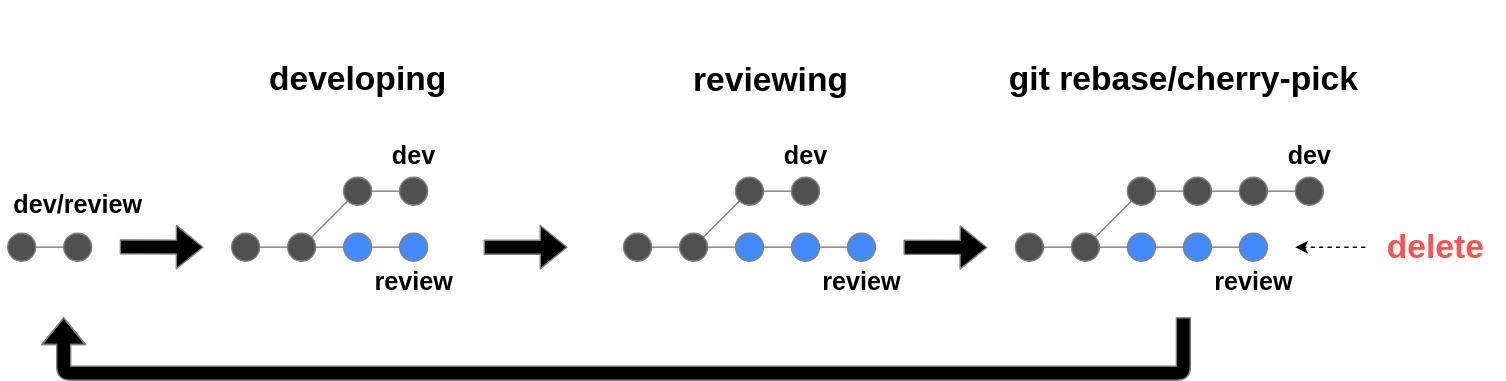
Before: image/main/use_review.drawio.svg, a diagram exported from draw.io (hsl536/practice_of_git). Source tidied: cells renumbered, new cells last; positions are measured from the earlier drawing's top-left corner, leaving out a move shared by most shapes.
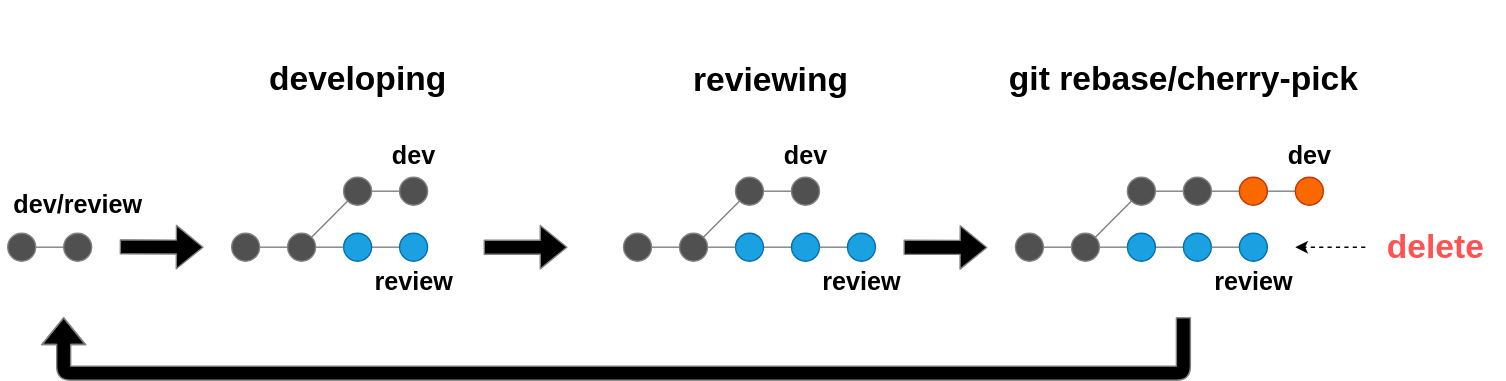
After the change.

The edit, as a diff of the source:
```diff
@@ -35,10 +35,10 @@
     <mxCell id="9" style="edgeStyle=none;html=1;strokeColor=#808080;rounded=0;endArrow=none;endFill=0;" parent="1" edge="1" source="10" target="11">
       <mxGeometry relative="1" as="geometry" />
     </mxCell>
-    <mxCell id="10" style="ellipse;whiteSpace=wrap;html=1;fillColor=#448aff;strokeColor=#808080;" parent="1" vertex="1">
+    <mxCell id="10" style="ellipse;whiteSpace=wrap;html=1;fillColor=#1ba1e2;strokeColor=#006EAF;fontColor=#ffffff;" parent="1" vertex="1">
       <mxGeometry x="805" y="140" width="20" height="20" as="geometry" />
     </mxCell>
-    <mxCell id="11" style="ellipse;whiteSpace=wrap;html=1;fillColor=#448aff;strokeColor=#808080;" parent="1" vertex="1">
+    <mxCell id="11" style="ellipse;whiteSpace=wrap;html=1;fillColor=#1ba1e2;strokeColor=#006EAF;fontColor=#ffffff;" parent="1" vertex="1">
       <mxGeometry x="845" y="140" width="20" height="20" as="geometry" />
     </mxCell>
     <mxCell id="12" style="edgeStyle=none;html=1;strokeColor=#808080;rounded=0;endArrow=none;endFill=0;" parent="1" edge="1" source="13" target="16">
@@ -84,10 +84,10 @@
     <mxCell id="23" style="edgeStyle=none;html=1;strokeColor=#808080;rounded=0;endArrow=none;endFill=0;" parent="1" edge="1" source="24" target="25">
       <mxGeometry relative="1" as="geometry" />
     </mxCell>
-    <mxCell id="24" style="ellipse;whiteSpace=wrap;html=1;fillColor=#448aff;strokeColor=#808080;" parent="1" vertex="1">
+    <mxCell id="24" style="ellipse;whiteSpace=wrap;html=1;fillColor=#1ba1e2;strokeColor=#006EAF;fontColor=#ffffff;" parent="1" vertex="1">
       <mxGeometry x="245" y="140" width="20" height="20" as="geometry" />
     </mxCell>
-    <mxCell id="25" style="ellipse;whiteSpace=wrap;html=1;fillColor=#448aff;strokeColor=#808080;" parent="1" vertex="1">
+    <mxCell id="25" style="ellipse;whiteSpace=wrap;html=1;fillColor=#1ba1e2;strokeColor=#006EAF;fontColor=#ffffff;" parent="1" vertex="1">
       <mxGeometry x="285" y="140" width="20" height="20" as="geometry" />
     </mxCell>
     <mxCell id="26" style="edgeStyle=none;html=1;strokeColor=#808080;rounded=0;endArrow=none;endFill=0;" parent="1" edge="1" source="27" target="30">
@@ -129,10 +129,10 @@
     <mxCell id="37" style="edgeStyle=none;html=1;strokeColor=#808080;rounded=0;endArrow=none;endFill=0;" parent="1" edge="1" source="38" target="39">
       <mxGeometry relative="1" as="geometry" />
     </mxCell>
-    <mxCell id="38" style="ellipse;whiteSpace=wrap;html=1;fillColor=#505050;strokeColor=#808080;" parent="1" vertex="1">
+    <mxCell id="38" style="ellipse;whiteSpace=wrap;html=1;fillColor=#fa6800;strokeColor=#C73500;fontColor=#000000;" parent="1" vertex="1">
       <mxGeometry x="885" y="100" width="20" height="20" as="geometry" />
     </mxCell>
-    <mxCell id="39" style="ellipse;whiteSpace=wrap;html=1;fillColor=#505050;strokeColor=#808080;" parent="1" vertex="1">
+    <mxCell id="39" style="ellipse;whiteSpace=wrap;html=1;fillColor=#fa6800;strokeColor=#C73500;fontColor=#000000;" parent="1" vertex="1">
       <mxGeometry x="925" y="100" width="20" height="20" as="geometry" />
     </mxCell>
     <mxCell id="40" style="edgeStyle=none;html=1;strokeColor=#808080;rounded=0;endArrow=none;endFill=0;" parent="1" edge="1" target="41">
@@ -140,16 +140,16 @@
         <mxPoint x="865" y="150" as="sourcePoint" />
       </mxGeometry>
     </mxCell>
-    <mxCell id="41" style="ellipse;whiteSpace=wrap;html=1;fillColor=#448aff;strokeColor=#808080;" parent="1" vertex="1">
+    <mxCell id="41" style="ellipse;whiteSpace=wrap;html=1;fillColor=#1ba1e2;strokeColor=#006EAF;fontColor=#ffffff;" parent="1" vertex="1">
       <mxGeometry x="885" y="140" width="20" height="20" as="geometry" />
     </mxCell>
     <mxCell id="42" style="edgeStyle=none;html=1;strokeColor=#808080;rounded=0;endArrow=none;endFill=0;" parent="1" edge="1" source="43" target="44">
       <mxGeometry relative="1" as="geometry" />
     </mxCell>
-    <mxCell id="43" style="ellipse;whiteSpace=wrap;html=1;fillColor=#448aff;strokeColor=#808080;" parent="1" vertex="1">
+    <mxCell id="43" style="ellipse;whiteSpace=wrap;html=1;fillColor=#1ba1e2;strokeColor=#006EAF;fontColor=#ffffff;" parent="1" vertex="1">
       <mxGeometry x="525" y="140" width="20" height="20" as="geometry" />
     </mxCell>
-    <mxCell id="44" style="ellipse;whiteSpace=wrap;html=1;fillColor=#448aff;strokeColor=#808080;" parent="1" vertex="1">
+    <mxCell id="44" style="ellipse;whiteSpace=wrap;html=1;fillColor=#1ba1e2;strokeColor=#006EAF;fontColor=#ffffff;" parent="1" vertex="1">
       <mxGeometry x="565" y="140" width="20" height="20" as="geometry" />
     </mxCell>
     <mxCell id="45" style="edgeStyle=none;html=1;strokeColor=#808080;rounded=0;endArrow=none;endFill=0;" parent="1" edge="1" source="46" target="49">
@@ -181,7 +181,7 @@
         <mxPoint x="585" y="150" as="sourcePoint" />
       </mxGeometry>
     </mxCell>
-    <mxCell id="54" style="ellipse;whiteSpace=wrap;html=1;fillColor=#448aff;strokeColor=#808080;" parent="1" vertex="1">
+    <mxCell id="54" style="ellipse;whiteSpace=wrap;html=1;fillColor=#1ba1e2;strokeColor=#006EAF;fontColor=#ffffff;" parent="1" vertex="1">
       <mxGeometry x="605" y="140" width="20" height="20" as="geometry" />
     </mxCell>
     <mxCell id="55" value="&lt;h2&gt;&lt;span style=&quot;font-size: 24px&quot;&gt;reviewing&lt;/span&gt;&lt;br&gt;&lt;/h2&gt;&lt;div&gt;&lt;span style=&quot;font-size: 24px&quot;&gt;&lt;br&gt;&lt;/span&gt;&lt;/div&gt;" style="text;strokeColor=none;fillColor=none;html=1;fontSize=24;fontStyle=1;verticalAlign=middle;align=center;" parent="1" vertex="1">
```
